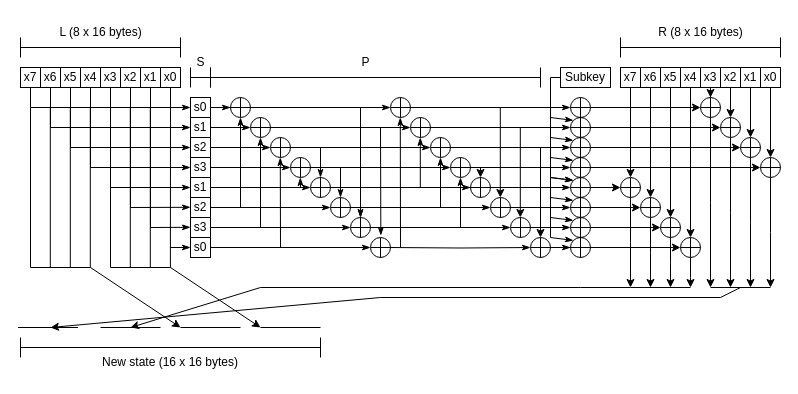
The draw.io diagram Paper/Figures/drawio/camelliaround.drawio in Baseng0815/Bachelorarbeit, before the edit. Source tidied: cells renumbered, new cells numbered last; positions are measured from the earlier drawing's top-left corner, leaving out a move shared by most shapes. Both pictures are drawn from the tidied source at 100%, with x=0, y=0 at pixel (18, 17).
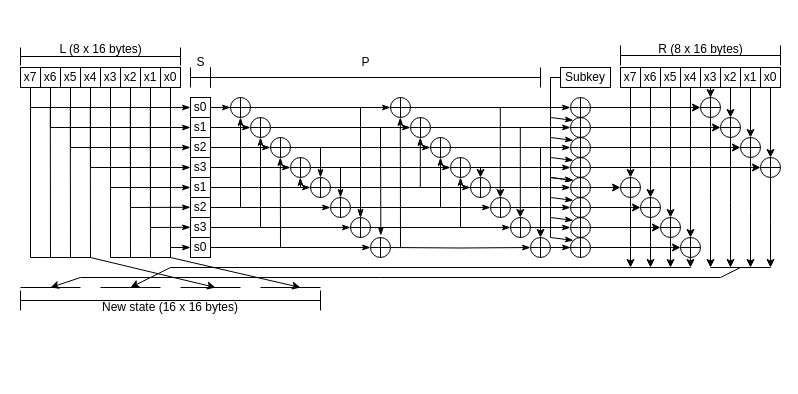
Above is the later version.

The change refers to these unchanged cells:
```xml
<mxCell id="14" value="&lt;font face=&quot;Source Code Pro&quot;&gt;x0&lt;/font&gt;" style="rounded=0;whiteSpace=wrap;html=1;" parent="1" vertex="1">
  <mxGeometry x="142" y="50" width="20" height="20" as="geometry" />
</mxCell>
<mxCell id="143" style="shape=orEllipse;perimeter=ellipsePerimeter;whiteSpace=wrap;html=1;backgroundOutline=1;fillColor=none;" parent="1" vertex="1">
  <mxGeometry x="682" y="80" width="20" height="20" as="geometry" />
</mxCell>
<mxCell id="145" style="shape=orEllipse;perimeter=ellipsePerimeter;whiteSpace=wrap;html=1;backgroundOutline=1;fillColor=none;" parent="1" vertex="1">
  <mxGeometry x="702" y="100" width="20" height="20" as="geometry" />
</mxCell>
<mxCell id="147" style="shape=orEllipse;perimeter=ellipsePerimeter;whiteSpace=wrap;html=1;backgroundOutline=1;fillColor=none;" parent="1" vertex="1">
  <mxGeometry x="742" y="140" width="20" height="20" as="geometry" />
</mxCell>
<mxCell id="149" style="shape=orEllipse;perimeter=ellipsePerimeter;whiteSpace=wrap;html=1;backgroundOutline=1;fillColor=none;" parent="1" vertex="1">
  <mxGeometry x="722" y="120" width="20" height="20" as="geometry" />
</mxCell>
<mxCell id="151" style="shape=orEllipse;perimeter=ellipsePerimeter;whiteSpace=wrap;html=1;backgroundOutline=1;fillColor=none;" parent="1" vertex="1">
  <mxGeometry x="602" y="160" width="20" height="20" as="geometry" />
</mxCell>
<mxCell id="153" style="shape=orEllipse;perimeter=ellipsePerimeter;whiteSpace=wrap;html=1;backgroundOutline=1;fillColor=none;" parent="1" vertex="1">
  <mxGeometry x="622" y="180" width="20" height="20" as="geometry" />
</mxCell>
<mxCell id="155" style="shape=orEllipse;perimeter=ellipsePerimeter;whiteSpace=wrap;html=1;backgroundOutline=1;fillColor=none;" parent="1" vertex="1">
  <mxGeometry x="662" y="220" width="20" height="20" as="geometry" />
</mxCell>
<mxCell id="157" style="shape=orEllipse;perimeter=ellipsePerimeter;whiteSpace=wrap;html=1;backgroundOutline=1;fillColor=none;" parent="1" vertex="1">
  <mxGeometry x="642" y="200" width="20" height="20" as="geometry" />
</mxCell>
```

The edit, as a diff of the source:
```diff
@@
     <mxCell id="17" style="shape=crossbar;whiteSpace=wrap;html=1;rounded=1;" parent="1" vertex="1">
-      <mxGeometry x="2" y="20" width="160" height="20" as="geometry" />
+      <mxGeometry x="2" y="30" width="160" height="18" as="geometry" />
     </mxCell>
     <mxCell id="18" value="L (8 x 16 bytes)" style="text;html=1;align=center;verticalAlign=middle;strokeColor=none;fillColor=none;" parent="1" vertex="1">
-      <mxGeometry x="27" width="110" height="30" as="geometry" />
+      <mxGeometry x="27" y="17" width="110" height="30" as="geometry" />
     </mxCell>
@@
     <mxCell id="43" style="endArrow=none;html=1;rounded=0;" parent="1" edge="1">
       <mxGeometry relative="1" as="geometry">
-        <mxPoint x="12" y="250" as="sourcePoint" />
+        <mxPoint x="12" y="240" as="sourcePoint" />
         <mxPoint x="12" y="90" as="targetPoint" />
       </mxGeometry>
     </mxCell>
     <mxCell id="44" style="endArrow=none;html=1;rounded=0;" parent="1" edge="1">
       <mxGeometry relative="1" as="geometry">
-        <mxPoint x="31.8" y="250" as="sourcePoint" />
+        <mxPoint x="32" y="240" as="sourcePoint" />
         <mxPoint x="31.8" y="90" as="targetPoint" />
       </mxGeometry>
     </mxCell>
     <mxCell id="45" style="endArrow=none;html=1;rounded=0;" parent="1" edge="1">
       <mxGeometry relative="1" as="geometry">
-        <mxPoint x="51.8" y="250" as="sourcePoint" />
+        <mxPoint x="52" y="240" as="sourcePoint" />
         <mxPoint x="51.8" y="90" as="targetPoint" />
       </mxGeometry>
     </mxCell>
     <mxCell id="46" style="endArrow=none;html=1;rounded=0;" parent="1" edge="1">
       <mxGeometry relative="1" as="geometry">
-        <mxPoint x="71.8" y="250" as="sourcePoint" />
+        <mxPoint x="72" y="240" as="sourcePoint" />
         <mxPoint x="71.8" y="90" as="targetPoint" />
       </mxGeometry>
     </mxCell>
     <mxCell id="47" style="endArrow=none;html=1;rounded=0;" parent="1" edge="1">
       <mxGeometry relative="1" as="geometry">
-        <mxPoint x="92" y="250" as="sourcePoint" />
+        <mxPoint x="92" y="240" as="sourcePoint" />
         <mxPoint x="92" y="90" as="targetPoint" />
       </mxGeometry>
     </mxCell>
     <mxCell id="48" style="endArrow=none;html=1;rounded=0;" parent="1" edge="1">
       <mxGeometry relative="1" as="geometry">
-        <mxPoint x="111.8" y="250" as="sourcePoint" />
+        <mxPoint x="112" y="240" as="sourcePoint" />
         <mxPoint x="111.8" y="90" as="targetPoint" />
       </mxGeometry>
     </mxCell>
     <mxCell id="49" style="endArrow=none;html=1;rounded=0;" parent="1" edge="1">
       <mxGeometry relative="1" as="geometry">
-        <mxPoint x="131.8" y="250" as="sourcePoint" />
+        <mxPoint x="132" y="240" as="sourcePoint" />
         <mxPoint x="131.8" y="90" as="targetPoint" />
       </mxGeometry>
     </mxCell>
     <mxCell id="50" style="endArrow=none;html=1;rounded=0;entryX=0.5;entryY=1;entryDx=0;entryDy=0;" parent="1" edge="1" target="14">
       <mxGeometry relative="1" as="geometry">
-        <mxPoint x="151.9" y="250" as="sourcePoint" />
+        <mxPoint x="152" y="240" as="sourcePoint" />
       </mxGeometry>
     </mxCell>
@@
     <mxCell id="140" style="shape=crossbar;whiteSpace=wrap;html=1;rounded=1;" parent="1" vertex="1">
-      <mxGeometry x="602" y="20" width="160" height="20" as="geometry" />
+      <mxGeometry x="602" y="28" width="160" height="20" as="geometry" />
     </mxCell>
     <mxCell id="141" value="R (8 x 16 bytes)" style="text;html=1;align=center;verticalAlign=middle;strokeColor=none;fillColor=none;" parent="1" vertex="1">
-      <mxGeometry x="627" width="110" height="30" as="geometry" />
+      <mxGeometry x="627" y="17" width="110" height="30" as="geometry" />
     </mxCell>
     <mxCell id="142" style="edgeStyle=orthogonalEdgeStyle;rounded=0;jettySize=auto;html=1;" parent="1" edge="1" source="143">
       <mxGeometry relative="1" as="geometry">
-        <mxPoint x="692" y="270" as="targetPoint" />
+        <mxPoint x="692" y="250" as="targetPoint" />
       </mxGeometry>
     </mxCell>
@@
     <mxCell id="144" style="edgeStyle=orthogonalEdgeStyle;rounded=0;jettySize=auto;html=1;" parent="1" edge="1" source="145">
       <mxGeometry relative="1" as="geometry">
-        <mxPoint x="712" y="270" as="targetPoint" />
+        <mxPoint x="712" y="250" as="targetPoint" />
       </mxGeometry>
     </mxCell>
@@
     <mxCell id="146" style="edgeStyle=orthogonalEdgeStyle;rounded=0;jettySize=auto;html=1;" parent="1" edge="1" source="147">
       <mxGeometry relative="1" as="geometry">
-        <mxPoint x="752" y="270" as="targetPoint" />
+        <mxPoint x="752" y="250" as="targetPoint" />
       </mxGeometry>
     </mxCell>
@@
     <mxCell id="148" style="edgeStyle=orthogonalEdgeStyle;rounded=0;jettySize=auto;html=1;" parent="1" edge="1" source="149">
       <mxGeometry relative="1" as="geometry">
-        <mxPoint x="732" y="270" as="targetPoint" />
+        <mxPoint x="732" y="250" as="targetPoint" />
       </mxGeometry>
     </mxCell>
@@
     <mxCell id="150" style="edgeStyle=orthogonalEdgeStyle;rounded=0;jettySize=auto;html=1;" parent="1" edge="1" source="151">
       <mxGeometry relative="1" as="geometry">
-        <mxPoint x="612" y="270" as="targetPoint" />
+        <mxPoint x="612" y="250" as="targetPoint" />
       </mxGeometry>
     </mxCell>
@@
     <mxCell id="152" style="edgeStyle=orthogonalEdgeStyle;rounded=0;jettySize=auto;html=1;" parent="1" edge="1" source="153">
       <mxGeometry relative="1" as="geometry">
-        <mxPoint x="632" y="270" as="targetPoint" />
+        <mxPoint x="632" y="250" as="targetPoint" />
       </mxGeometry>
     </mxCell>
@@
-    <mxCell id="154" style="edgeStyle=orthogonalEdgeStyle;rounded=0;jettySize=auto;html=1;" parent="1" edge="1" source="155">
-      <mxGeometry relative="1" as="geometry">
-        <mxPoint x="672" y="270" as="targetPoint" />
-      </mxGeometry>
-    </mxCell>
@@
     <mxCell id="156" style="edgeStyle=orthogonalEdgeStyle;rounded=0;jettySize=auto;html=1;" parent="1" edge="1" source="157">
       <mxGeometry relative="1" as="geometry">
-        <mxPoint x="652" y="270" as="targetPoint" />
+        <mxPoint x="652" y="250" as="targetPoint" />
       </mxGeometry>
     </mxCell>
@@
     <mxCell id="158" style="endArrow=none;html=1;rounded=0;" parent="1" edge="1">
       <mxGeometry relative="1" as="geometry">
-        <mxPoint x="612" y="270" as="sourcePoint" />
-        <mxPoint x="672" y="270" as="targetPoint" />
+        <mxPoint x="612" y="250" as="sourcePoint" />
+        <mxPoint x="672" y="250" as="targetPoint" />
       </mxGeometry>
     </mxCell>
     <mxCell id="159" style="endArrow=none;html=1;rounded=0;" parent="1" edge="1">
       <mxGeometry relative="1" as="geometry">
-        <mxPoint x="692" y="270" as="sourcePoint" />
-        <mxPoint x="752" y="270" as="targetPoint" />
+        <mxPoint x="692" y="250" as="sourcePoint" />
+        <mxPoint x="752" y="250" as="targetPoint" />
       </mxGeometry>
     </mxCell>
     <mxCell id="160" style="endArrow=none;html=1;rounded=0;" parent="1" edge="1">
       <mxGeometry relative="1" as="geometry">
-        <mxPoint x="12" y="250" as="sourcePoint" />
-        <mxPoint x="72" y="250" as="targetPoint" />
+        <mxPoint x="12" y="240" as="sourcePoint" />
+        <mxPoint x="72" y="240" as="targetPoint" />
       </mxGeometry>
     </mxCell>
     <mxCell id="161" style="endArrow=none;html=1;rounded=0;" parent="1" edge="1">
       <mxGeometry relative="1" as="geometry">
-        <mxPoint x="92" y="250" as="sourcePoint" />
-        <mxPoint x="152" y="250" as="targetPoint" />
+        <mxPoint x="92" y="240" as="sourcePoint" />
+        <mxPoint x="152" y="240" as="targetPoint" />
       </mxGeometry>
     </mxCell>
     <mxCell id="162" style="endArrow=none;html=1;rounded=0;" parent="1" edge="1">
       <mxGeometry relative="1" as="geometry">
-        <mxPoint x="-0.5" y="310" as="sourcePoint" />
-        <mxPoint x="59.5" y="310" as="targetPoint" />
+        <mxPoint x="2" y="270" as="sourcePoint" />
+        <mxPoint x="62" y="270" as="targetPoint" />
       </mxGeometry>
     </mxCell>
     <mxCell id="163" style="endArrow=none;html=1;rounded=0;" parent="1" edge="1">
       <mxGeometry relative="1" as="geometry">
-        <mxPoint x="82" y="310" as="sourcePoint" />
-        <mxPoint x="142" y="310" as="targetPoint" />
+        <mxPoint x="82" y="270" as="sourcePoint" />
+        <mxPoint x="142" y="270" as="targetPoint" />
       </mxGeometry>
     </mxCell>
     <mxCell id="164" style="endArrow=none;html=1;rounded=0;" parent="1" edge="1">
       <mxGeometry relative="1" as="geometry">
-        <mxPoint x="162" y="310" as="sourcePoint" />
-        <mxPoint x="222" y="310" as="targetPoint" />
+        <mxPoint x="162" y="270" as="sourcePoint" />
+        <mxPoint x="222" y="270" as="targetPoint" />
       </mxGeometry>
     </mxCell>
     <mxCell id="165" style="endArrow=none;html=1;rounded=0;" parent="1" edge="1">
       <mxGeometry relative="1" as="geometry">
-        <mxPoint x="242" y="310" as="sourcePoint" />
-        <mxPoint x="302" y="310" as="targetPoint" />
+        <mxPoint x="242" y="270" as="sourcePoint" />
+        <mxPoint x="302" y="270" as="targetPoint" />
       </mxGeometry>
     </mxCell>
     <mxCell id="166" style="shape=crossbar;whiteSpace=wrap;html=1;rounded=1;" parent="1" vertex="1">
-      <mxGeometry x="2" y="320" width="300" height="20" as="geometry" />
+      <mxGeometry x="2" y="273" width="300" height="20" as="geometry" />
     </mxCell>
     <mxCell id="167" value="New state (16 x 16 bytes)" style="text;html=1;strokeColor=none;fillColor=none;align=center;verticalAlign=middle;whiteSpace=wrap;rounded=0;" parent="1" vertex="1">
-      <mxGeometry x="82" y="330" width="140" height="30" as="geometry" />
+      <mxGeometry x="82" y="275" width="140" height="30" as="geometry" />
     </mxCell>
     <mxCell id="168" style="endArrow=classic;html=1;rounded=0;" parent="1" edge="1">
       <mxGeometry relative="1" as="geometry">
-        <mxPoint x="722" y="270" as="sourcePoint" />
-        <mxPoint x="32" y="310" as="targetPoint" />
+        <mxPoint x="722" y="250" as="sourcePoint" />
+        <mxPoint x="32" y="270" as="targetPoint" />
         <Array as="points">
-          <mxPoint x="702" y="280" />
-          <mxPoint x="362" y="280" />
+          <mxPoint x="702" y="260" />
+          <mxPoint x="362" y="260" />
+          <mxPoint x="62" y="260" />
         </Array>
       </mxGeometry>
     </mxCell>
     <mxCell id="169" style="endArrow=classic;html=1;rounded=0;" parent="1" edge="1">
       <mxGeometry relative="1" as="geometry">
-        <mxPoint x="612" y="270" as="sourcePoint" />
-        <mxPoint x="112" y="310" as="targetPoint" />
+        <mxPoint x="612" y="250" as="sourcePoint" />
+        <mxPoint x="112" y="270" as="targetPoint" />
         <Array as="points">
-          <mxPoint x="562" y="270" />
-          <mxPoint x="242" y="270" />
+          <mxPoint x="562" y="250" />
+          <mxPoint x="242" y="250" />
+          <mxPoint x="152" y="250" />
         </Array>
       </mxGeometry>
     </mxCell>
     <mxCell id="170" style="endArrow=classic;html=1;rounded=0;" parent="1" edge="1">
       <mxGeometry relative="1" as="geometry">
-        <mxPoint x="72" y="250" as="sourcePoint" />
-        <mxPoint x="162" y="310" as="targetPoint" />
+        <mxPoint x="72" y="240" as="sourcePoint" />
+        <mxPoint x="197" y="270" as="targetPoint" />
       </mxGeometry>
     </mxCell>
     <mxCell id="171" style="endArrow=classic;html=1;rounded=0;" parent="1" edge="1">
       <mxGeometry relative="1" as="geometry">
-        <mxPoint x="152" y="250" as="sourcePoint" />
-        <mxPoint x="242" y="310" as="targetPoint" />
+        <mxPoint x="152" y="240" as="sourcePoint" />
+        <mxPoint x="282" y="270" as="targetPoint" />
       </mxGeometry>
     </mxCell>
@@
+    <mxCell id="179" style="edgeStyle=orthogonalEdgeStyle;rounded=0;orthogonalLoop=1;jettySize=auto;html=1;" parent="1" edge="1">
+      <mxGeometry relative="1" as="geometry">
+        <mxPoint x="671.9" y="240" as="sourcePoint" />
+        <mxPoint x="672" y="250" as="targetPoint" />
+      </mxGeometry>
+    </mxCell>
```
